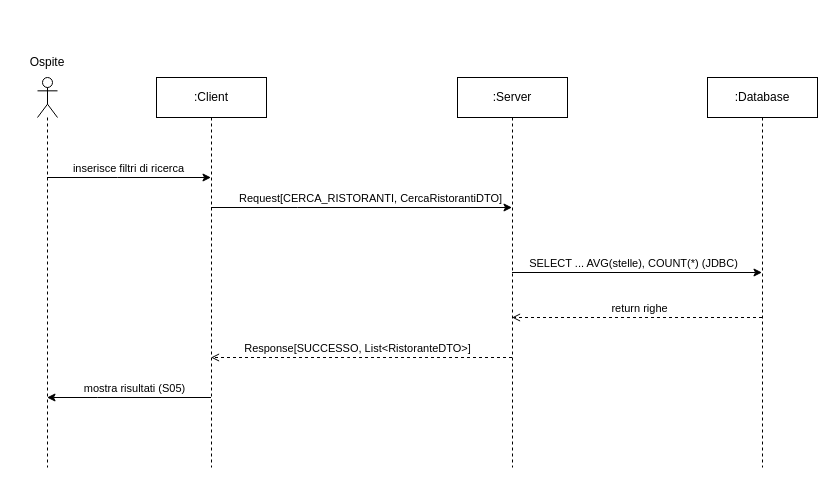
Before: page "RicercaRistorantiAstratto" (4 of 10) of Progettazione/1_Doc. Conclusi/Diagrammi/SequenceDiagram.drawio in FloshDev/TheKnife-B, a draw.io diagram. Source tidied: cells renumbered, new cells numbered last; positions are measured from the earlier drawing's top-left corner, leaving out a move shared by most shapes. Both pictures are drawn from the tidied source at 100%, with x=0, y=0 at pixel (17, 47).
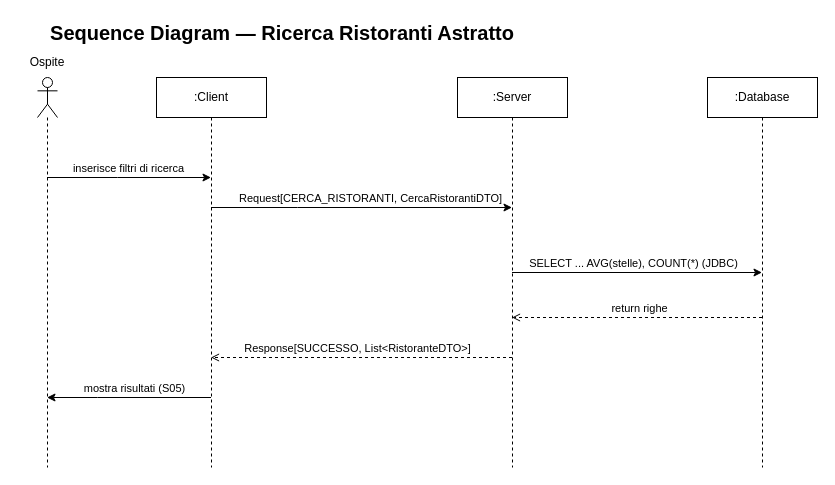
After the change.

What changed in the source:
```diff
@@
+    <mxCell id="19" value="&lt;font style=&quot;font-size: 20px;&quot;&gt;&lt;b style=&quot;&quot;&gt;Sequence Diagram — Ricerca Ristoranti Astratto&lt;/b&gt;&lt;/font&gt;" style="text;html=1;whiteSpace=wrap;strokeColor=none;fillColor=none;align=center;verticalAlign=middle;rounded=0;" parent="1" vertex="1">
+      <mxGeometry x="20" y="-30" width="490" height="30" as="geometry" />
+    </mxCell>
```
